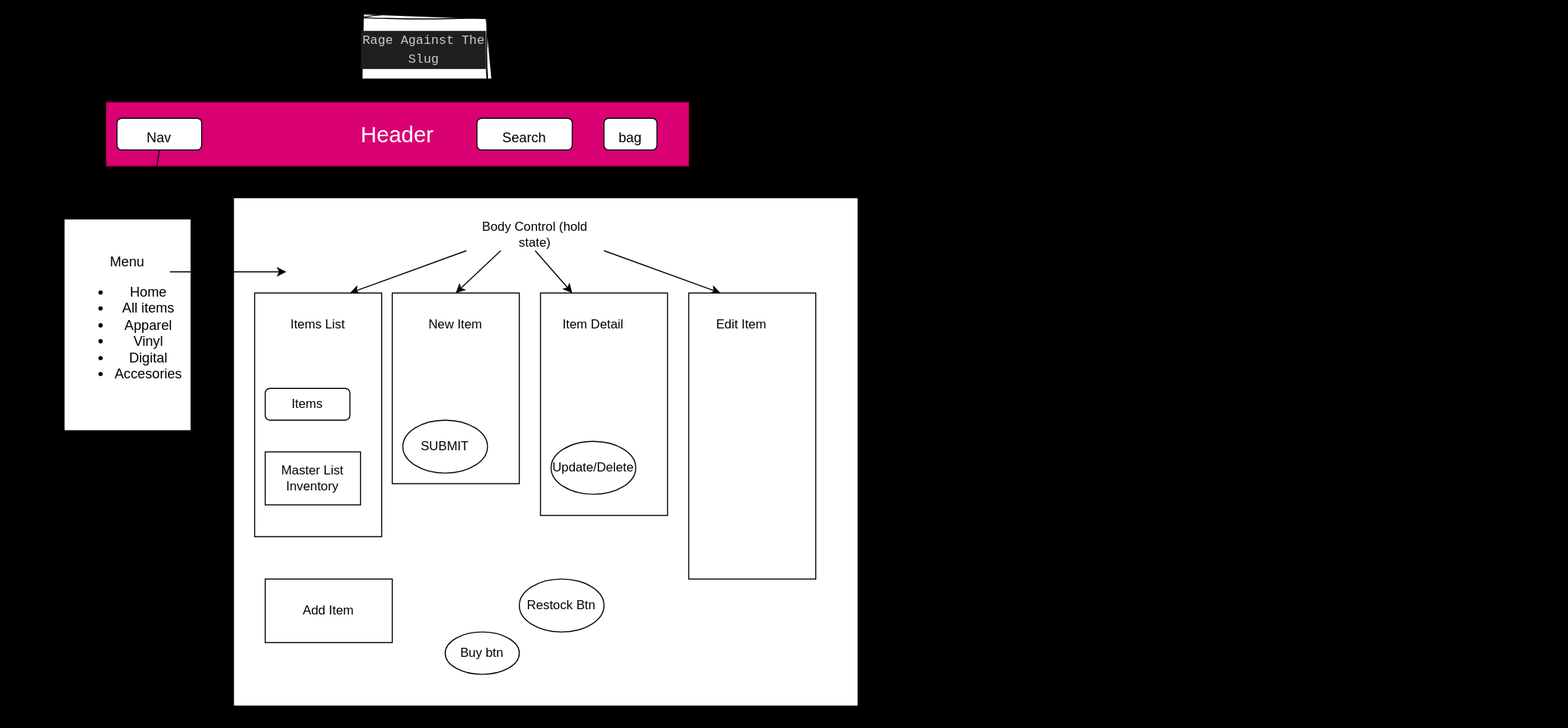
Earlier version of the draw.io export src/images/diagram.drawio.svg (Gabe9T/merch-site). Source tidied: cells renumbered, new cells last; positions are measured from the earlier drawing's top-left corner, leaving out a move shared by most shapes.
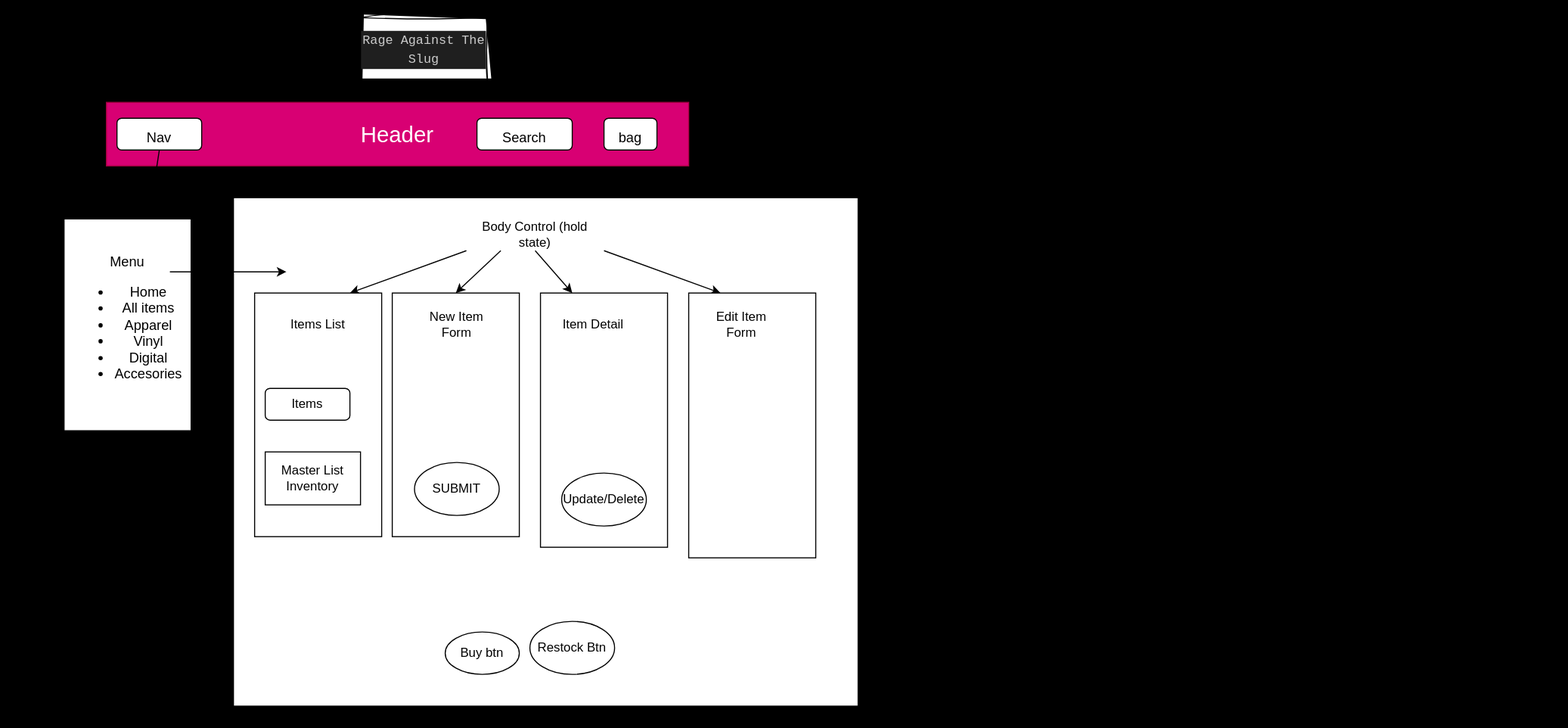
Above is the later version.

Commit message:
add update functinality for item

Change to the diagram source:
```diff
@@ -38,7 +38,7 @@
       <mxGeometry x="420" y="590" width="70" height="40" as="geometry" />
     </mxCell>
     <mxCell id="13" value="Restock Btn" style="ellipse;whiteSpace=wrap;html=1;" parent="3" vertex="1">
-      <mxGeometry x="490" y="540" width="80" height="50" as="geometry" />
+      <mxGeometry x="500" y="580" width="80" height="50" as="geometry" />
     </mxCell>
     <mxCell id="14" style="edgeStyle=none;html=1;exitX=0.5;exitY=1;exitDx=0;exitDy=0;entryX=0.25;entryY=0;entryDx=0;entryDy=0;" parent="3" edge="1" source="18" target="21">
       <mxGeometry relative="1" as="geometry" />
@@ -62,28 +62,28 @@
       <mxGeometry x="270" y="285" width="60" height="30" as="geometry" />
     </mxCell>
     <mxCell id="21" style="rounded=0;whiteSpace=wrap;html=1;" parent="3" vertex="1">
-      <mxGeometry x="510" y="270" width="120" height="210" as="geometry" />
+      <mxGeometry x="510" y="270" width="120" height="240" as="geometry" />
     </mxCell>
     <mxCell id="22" style="rounded=0;whiteSpace=wrap;html=1;" parent="3" vertex="1">
-      <mxGeometry x="370" y="270" width="120" height="180" as="geometry" />
+      <mxGeometry x="370" y="270" width="120" height="230" as="geometry" />
     </mxCell>
     <mxCell id="23" style="rounded=0;whiteSpace=wrap;html=1;" parent="3" vertex="1">
-      <mxGeometry x="650" y="270" width="120" height="270" as="geometry" />
+      <mxGeometry x="650" y="270" width="120" height="250" as="geometry" />
     </mxCell>
-    <mxCell id="24" value="New Item" style="text;html=1;strokeColor=none;fillColor=none;align=center;verticalAlign=middle;whiteSpace=wrap;rounded=0;" parent="3" vertex="1">
-      <mxGeometry x="400" y="285" width="60" height="30" as="geometry" />
+    <mxCell id="24" value="New Item Form" style="text;html=1;strokeColor=none;fillColor=none;align=center;verticalAlign=middle;whiteSpace=wrap;rounded=0;" parent="3" vertex="1">
+      <mxGeometry x="401" y="285" width="60" height="30" as="geometry" />
     </mxCell>
     <mxCell id="25" value="Item Detail" style="text;html=1;strokeColor=none;fillColor=none;align=center;verticalAlign=middle;whiteSpace=wrap;rounded=0;" parent="3" vertex="1">
       <mxGeometry x="530" y="285" width="60" height="30" as="geometry" />
     </mxCell>
-    <mxCell id="26" value="Edit Item" style="text;html=1;strokeColor=none;fillColor=none;align=center;verticalAlign=middle;whiteSpace=wrap;rounded=0;" parent="3" vertex="1">
+    <mxCell id="26" value="Edit Item Form" style="text;html=1;strokeColor=none;fillColor=none;align=center;verticalAlign=middle;whiteSpace=wrap;rounded=0;" parent="3" vertex="1">
       <mxGeometry x="670" y="285" width="60" height="30" as="geometry" />
     </mxCell>
     <mxCell id="27" value="SUBMIT" style="ellipse;whiteSpace=wrap;html=1;" parent="3" vertex="1">
-      <mxGeometry x="380" y="390" width="80" height="50" as="geometry" />
+      <mxGeometry x="391" y="430" width="80" height="50" as="geometry" />
     </mxCell>
     <mxCell id="28" value="Update/Delete" style="ellipse;whiteSpace=wrap;html=1;" parent="3" vertex="1">
-      <mxGeometry x="520" y="410" width="80" height="50" as="geometry" />
+      <mxGeometry x="530" y="440" width="80" height="50" as="geometry" />
     </mxCell>
     <mxCell id="29" value="Items" style="rounded=1;whiteSpace=wrap;html=1;" parent="3" vertex="1">
       <mxGeometry x="250" y="360" width="80" height="30" as="geometry" />
@@ -91,9 +91,6 @@
     <mxCell id="30" value="Master List Inventory" style="rounded=0;whiteSpace=wrap;html=1;" parent="3" vertex="1">
       <mxGeometry x="250" y="420" width="90" height="50" as="geometry" />
     </mxCell>
-    <mxCell id="31" value="Add Item" style="rounded=0;whiteSpace=wrap;html=1;" parent="3" vertex="1">
-      <mxGeometry x="250" y="540" width="120" height="60" as="geometry" />
-    </mxCell>
     <mxCell id="32" value="Body Control" style="text;html=1;strokeColor=none;fillColor=none;align=center;verticalAlign=middle;whiteSpace=wrap;rounded=0;" parent="1" vertex="1">
       <mxGeometry x="1330" y="220" width="150" height="30" as="geometry" />
     </mxCell>
```
